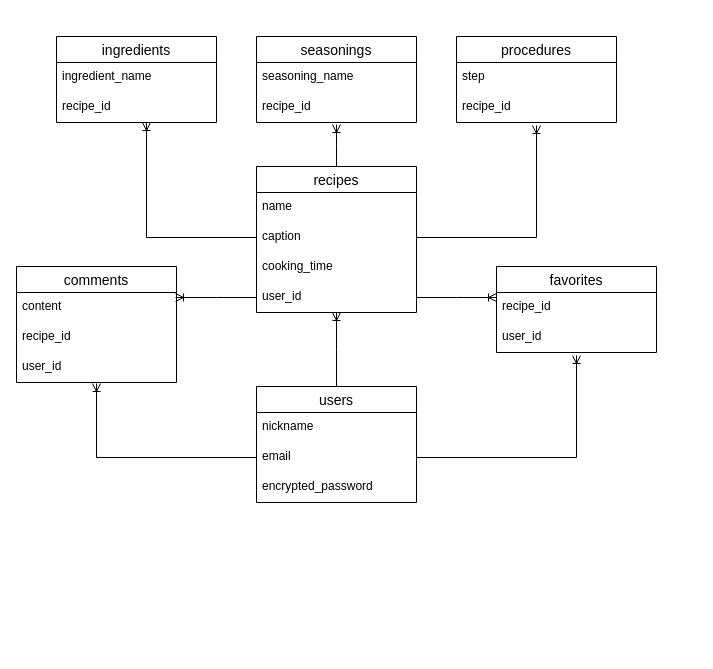
Above: rakumeshi_db.dio in onitsuyo/rakumeshi (draw.io), before the change. Source tidied: cells renumbered, new cells numbered last; positions are measured from the earlier drawing's top-left corner, leaving out a move shared by most shapes. Both pictures are drawn from the tidied source at 100%, with x=0, y=0 at pixel (16, 36).
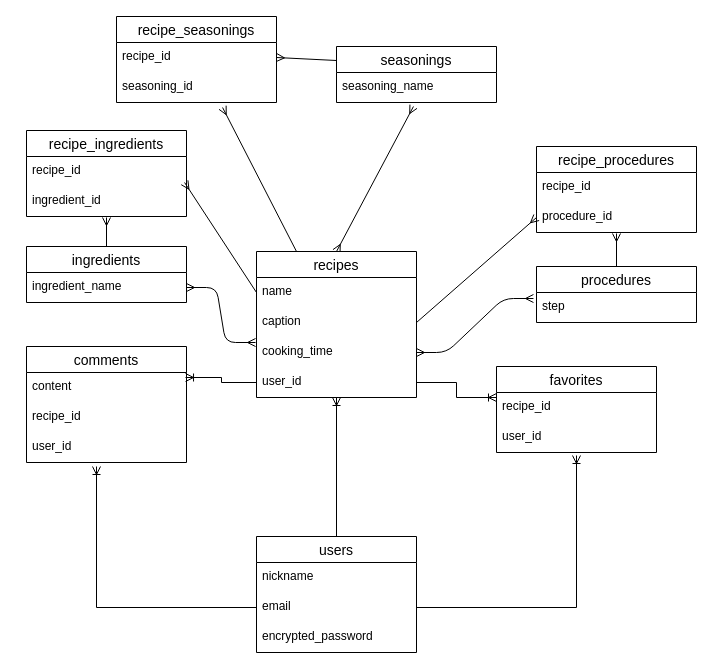
Above is the later version.

The change refers to these unchanged cells:
```xml
<mxCell id="5" value="email" style="text;strokeColor=none;fillColor=none;spacingLeft=4;spacingRight=4;overflow=hidden;points=[[0,0.5],[1,0.5]];portConstraint=eastwest;fontSize=12;" parent="3" vertex="1">
  <mxGeometry y="56" width="160" height="30" as="geometry" />
</mxCell>
<mxCell id="9" value="name" style="text;strokeColor=none;fillColor=none;spacingLeft=4;spacingRight=4;overflow=hidden;points=[[0,0.5],[1,0.5]];portConstraint=eastwest;fontSize=12;" parent="8" vertex="1">
  <mxGeometry y="26" width="160" height="30" as="geometry" />
</mxCell>
<mxCell id="10" value="caption" style="text;strokeColor=none;fillColor=none;spacingLeft=4;spacingRight=4;overflow=hidden;points=[[0,0.5],[1,0.5]];portConstraint=eastwest;fontSize=12;" parent="8" vertex="1">
  <mxGeometry y="56" width="160" height="30" as="geometry" />
</mxCell>
<mxCell id="11" value="cooking_time" style="text;strokeColor=none;fillColor=none;spacingLeft=4;spacingRight=4;overflow=hidden;points=[[0,0.5],[1,0.5]];portConstraint=eastwest;fontSize=12;" parent="8" vertex="1">
  <mxGeometry y="86" width="160" height="30" as="geometry" />
</mxCell>
<mxCell id="14" value="ingredient_name" style="text;strokeColor=none;fillColor=none;spacingLeft=4;spacingRight=4;overflow=hidden;points=[[0,0.5],[1,0.5]];portConstraint=eastwest;fontSize=12;" parent="13" vertex="1">
  <mxGeometry y="26" width="160" height="30" as="geometry" />
</mxCell>
<mxCell id="17" value="seasoning_name" style="text;strokeColor=none;fillColor=none;spacingLeft=4;spacingRight=4;overflow=hidden;points=[[0,0.5],[1,0.5]];portConstraint=eastwest;fontSize=12;" parent="16" vertex="1">
  <mxGeometry y="26" width="160" height="30" as="geometry" />
</mxCell>
<mxCell id="20" value="step" style="text;strokeColor=none;fillColor=none;spacingLeft=4;spacingRight=4;overflow=hidden;points=[[0,0.5],[1,0.5]];portConstraint=eastwest;fontSize=12;" parent="19" vertex="1">
  <mxGeometry y="26" width="160" height="30" as="geometry" />
</mxCell>
<mxCell id="25" value="user_id" style="text;strokeColor=none;fillColor=none;spacingLeft=4;spacingRight=4;overflow=hidden;points=[[0,0.5],[1,0.5]];portConstraint=eastwest;fontSize=12;" parent="22" vertex="1">
  <mxGeometry y="86" width="160" height="30" as="geometry" />
</mxCell>
```

What changed in the source:
```diff
@@
     <mxCell id="3" value="users" style="swimlane;fontStyle=0;horizontal=1;startSize=26;align=center;fontSize=14;" parent="1" vertex="1">
-      <mxGeometry x="240" y="350" width="160" height="116" as="geometry" />
+      <mxGeometry x="240" y="500" width="160" height="116" as="geometry" />
     </mxCell>
@@
-    <mxCell id="7" style="edgeStyle=elbowEdgeStyle;rounded=0;html=1;exitX=0.5;exitY=0;exitDx=0;exitDy=0;entryX=0.5;entryY=1.067;entryDx=0;entryDy=0;entryPerimeter=0;startArrow=none;startFill=0;endArrow=ERoneToMany;endFill=0;" parent="1" edge="1" source="8" target="18">
-      <mxGeometry relative="1" as="geometry" />
-    </mxCell>
+    <mxCell id="35" style="edgeStyle=none;html=1;exitX=0.5;exitY=0;exitDx=0;exitDy=0;startArrow=ERmany;startFill=0;endArrow=ERmany;endFill=0;entryX=0.481;entryY=1.133;entryDx=0;entryDy=0;entryPerimeter=0;" parent="1" edge="1" source="8" target="17">
+      <mxGeometry relative="1" as="geometry" />
+    </mxCell>
+    <mxCell id="36" style="edgeStyle=none;html=1;exitX=0.25;exitY=0;exitDx=0;exitDy=0;entryX=0.663;entryY=1.167;entryDx=0;entryDy=0;entryPerimeter=0;startArrow=none;startFill=0;endArrow=ERmany;endFill=0;" parent="1" edge="1" source="8" target="48">
+      <mxGeometry relative="1" as="geometry" />
+    </mxCell>
     <mxCell id="8" value="recipes" style="swimlane;fontStyle=0;horizontal=1;startSize=26;align=center;fontSize=14;" parent="1" vertex="1">
-      <mxGeometry x="240" y="130" width="160" height="146" as="geometry" />
+      <mxGeometry x="240" y="215" width="160" height="146" as="geometry" />
     </mxCell>
@@
+    <mxCell id="37" style="edgeStyle=none;html=1;exitX=0.5;exitY=0;exitDx=0;exitDy=0;entryX=0.5;entryY=1.033;entryDx=0;entryDy=0;entryPerimeter=0;startArrow=none;startFill=0;endArrow=ERmany;endFill=0;" parent="1" edge="1" source="13" target="51">
+      <mxGeometry relative="1" as="geometry" />
+    </mxCell>
     <mxCell id="13" value="ingredients" style="swimlane;fontStyle=0;horizontal=1;startSize=26;align=center;fontSize=14;" parent="1" vertex="1">
-      <mxGeometry x="40" width="160" height="86" as="geometry" />
+      <mxGeometry x="10" y="210" width="160" height="56" as="geometry" />
     </mxCell>
@@
-    <mxCell id="15" value="recipe_id" style="text;strokeColor=none;fillColor=none;spacingLeft=4;spacingRight=4;overflow=hidden;points=[[0,0.5],[1,0.5]];portConstraint=eastwest;fontSize=12;" parent="13" vertex="1">
-      <mxGeometry y="56" width="160" height="30" as="geometry" />
-    </mxCell>
+    <mxCell id="38" style="edgeStyle=none;html=1;exitX=0;exitY=0.25;exitDx=0;exitDy=0;entryX=1;entryY=0.5;entryDx=0;entryDy=0;startArrow=none;startFill=0;endArrow=ERmany;endFill=0;" parent="1" edge="1" source="16" target="47">
+      <mxGeometry relative="1" as="geometry" />
+    </mxCell>
     <mxCell id="16" value="seasonings" style="swimlane;fontStyle=0;horizontal=1;startSize=26;align=center;fontSize=14;" parent="1" vertex="1">
-      <mxGeometry x="240" width="160" height="86" as="geometry" />
+      <mxGeometry x="320" y="10" width="160" height="56" as="geometry" />
     </mxCell>
@@
-    <mxCell id="18" value="recipe_id" style="text;strokeColor=none;fillColor=none;spacingLeft=4;spacingRight=4;overflow=hidden;points=[[0,0.5],[1,0.5]];portConstraint=eastwest;fontSize=12;" parent="16" vertex="1">
-      <mxGeometry y="56" width="160" height="30" as="geometry" />
-    </mxCell>
+    <mxCell id="39" style="edgeStyle=none;html=1;exitX=0.5;exitY=0;exitDx=0;exitDy=0;entryX=0.5;entryY=1.033;entryDx=0;entryDy=0;entryPerimeter=0;startArrow=none;startFill=0;endArrow=ERmany;endFill=0;" parent="1" edge="1" source="19" target="42">
+      <mxGeometry relative="1" as="geometry" />
+    </mxCell>
     <mxCell id="19" value="procedures" style="swimlane;fontStyle=0;horizontal=1;startSize=26;align=center;fontSize=14;" parent="1" vertex="1">
-      <mxGeometry x="440" width="160" height="86" as="geometry" />
+      <mxGeometry x="520" y="230" width="160" height="56" as="geometry" />
     </mxCell>
@@
-    <mxCell id="21" value="recipe_id" style="text;strokeColor=none;fillColor=none;spacingLeft=4;spacingRight=4;overflow=hidden;points=[[0,0.5],[1,0.5]];portConstraint=eastwest;fontSize=12;" parent="19" vertex="1">
-      <mxGeometry y="56" width="160" height="30" as="geometry" />
-    </mxCell>
     <mxCell id="22" value="comments" style="swimlane;fontStyle=0;horizontal=1;startSize=26;align=center;fontSize=14;" parent="1" vertex="1">
-      <mxGeometry y="230" width="160" height="116" as="geometry" />
+      <mxGeometry x="10" y="310" width="160" height="116" as="geometry" />
     </mxCell>
@@
     <mxCell id="26" value="favorites" style="swimlane;fontStyle=0;horizontal=1;startSize=26;align=center;fontSize=14;" parent="1" vertex="1">
-      <mxGeometry x="480" y="230" width="160" height="86" as="geometry" />
+      <mxGeometry x="480" y="330" width="160" height="86" as="geometry" />
     </mxCell>
@@
-    <mxCell id="29" style="edgeStyle=elbowEdgeStyle;html=1;exitX=0;exitY=0.5;exitDx=0;exitDy=0;rounded=0;startArrow=none;startFill=0;endArrow=ERoneToMany;endFill=0;" parent="1" edge="1" source="10" target="15">
-      <mxGeometry relative="1" as="geometry">
-        <Array as="points">
-          <mxPoint x="130" y="130" />
-        </Array>
-      </mxGeometry>
-    </mxCell>
-    <mxCell id="30" style="edgeStyle=elbowEdgeStyle;rounded=0;html=1;exitX=1;exitY=0.5;exitDx=0;exitDy=0;startArrow=none;startFill=0;endArrow=ERoneToMany;endFill=0;entryX=0.494;entryY=1.1;entryDx=0;entryDy=0;entryPerimeter=0;" parent="1" edge="1" source="10" target="21">
-      <mxGeometry relative="1" as="geometry">
-        <Array as="points">
-          <mxPoint x="520" y="140" />
-        </Array>
-      </mxGeometry>
-    </mxCell>
@@
-    <mxCell id="33" style="edgeStyle=elbowEdgeStyle;rounded=0;html=1;exitX=0;exitY=0.5;exitDx=0;exitDy=0;startArrow=none;startFill=0;endArrow=ERoneToMany;endFill=0;entryX=0.506;entryY=1.033;entryDx=0;entryDy=0;entryPerimeter=0;" parent="1" edge="1" source="5" target="25">
+    <mxCell id="33" style="edgeStyle=elbowEdgeStyle;rounded=0;html=1;exitX=0;exitY=0.5;exitDx=0;exitDy=0;startArrow=none;startFill=0;endArrow=ERoneToMany;endFill=0;" parent="1" edge="1" source="5">
       <mxGeometry relative="1" as="geometry">
+        <mxPoint x="80" y="430" as="targetPoint" />
         <Array as="points">
           <mxPoint x="80" y="400" />
         </Array>
       </mxGeometry>
     </mxCell>
@@
+    <mxCell id="40" value="recipe_procedures" style="swimlane;fontStyle=0;horizontal=1;startSize=26;align=center;fontSize=14;" parent="1" vertex="1">
+      <mxGeometry x="520" y="110" width="160" height="86" as="geometry" />
+    </mxCell>
+    <mxCell id="41" value="recipe_id" style="text;strokeColor=none;fillColor=none;spacingLeft=4;spacingRight=4;overflow=hidden;fontSize=12;" parent="40" vertex="1">
+      <mxGeometry y="26" width="160" height="30" as="geometry" />
+    </mxCell>
+    <mxCell id="42" value="procedure_id" style="text;strokeColor=none;fillColor=none;spacingLeft=4;spacingRight=4;overflow=hidden;points=[[0,0.5],[1,0.5]];portConstraint=eastwest;fontSize=12;" parent="40" vertex="1">
+      <mxGeometry y="56" width="160" height="30" as="geometry" />
+    </mxCell>
+    <mxCell id="43" style="edgeStyle=entityRelationEdgeStyle;fontSize=12;html=1;endArrow=ERmany;startArrow=ERmany;exitX=1;exitY=0.5;exitDx=0;exitDy=0;entryX=-0.019;entryY=0.2;entryDx=0;entryDy=0;entryPerimeter=0;" parent="1" edge="1" source="11" target="20">
+      <mxGeometry relative="1" as="geometry" />
+    </mxCell>
+    <mxCell id="44" style="edgeStyle=entityRelationEdgeStyle;fontSize=12;html=1;endArrow=ERmany;startArrow=ERmany;exitX=1;exitY=0.5;exitDx=0;exitDy=0;entryX=-0.006;entryY=0.167;entryDx=0;entryDy=0;entryPerimeter=0;" parent="1" edge="1" source="14" target="11">
+      <mxGeometry relative="1" as="geometry" />
+    </mxCell>
+    <mxCell id="45" style="edgeStyle=none;html=1;exitX=1;exitY=0.5;exitDx=0;exitDy=0;entryX=0;entryY=0.5;entryDx=0;entryDy=0;startArrow=none;startFill=0;endArrow=ERmany;endFill=0;" parent="1" edge="1" source="10" target="42">
+      <mxGeometry relative="1" as="geometry" />
+    </mxCell>
+    <mxCell id="46" value="recipe_seasonings" style="swimlane;fontStyle=0;horizontal=1;startSize=26;align=center;fontSize=14;" parent="1" vertex="1">
+      <mxGeometry x="100" y="-20" width="160" height="86" as="geometry" />
+    </mxCell>
+    <mxCell id="47" value="recipe_id" style="text;strokeColor=none;fillColor=none;spacingLeft=4;spacingRight=4;overflow=hidden;points=[[0,0.5],[1,0.5]];portConstraint=eastwest;fontSize=12;" parent="46" vertex="1">
+      <mxGeometry y="26" width="160" height="30" as="geometry" />
+    </mxCell>
+    <mxCell id="48" value="seasoning_id" style="text;strokeColor=none;fillColor=none;spacingLeft=4;spacingRight=4;overflow=hidden;points=[[0,0.5],[1,0.5]];portConstraint=eastwest;fontSize=12;" parent="46" vertex="1">
+      <mxGeometry y="56" width="160" height="30" as="geometry" />
+    </mxCell>
+    <mxCell id="49" value="recipe_ingredients" style="swimlane;fontStyle=0;horizontal=1;startSize=26;align=center;fontSize=14;" parent="1" vertex="1">
+      <mxGeometry x="10" y="94" width="160" height="86" as="geometry" />
+    </mxCell>
+    <mxCell id="50" value="recipe_id" style="text;strokeColor=none;fillColor=none;spacingLeft=4;spacingRight=4;overflow=hidden;fontSize=12;" parent="49" vertex="1">
+      <mxGeometry y="26" width="160" height="30" as="geometry" />
+    </mxCell>
+    <mxCell id="51" value="ingredient_id" style="text;strokeColor=none;fillColor=none;spacingLeft=4;spacingRight=4;overflow=hidden;points=[[0,0.5],[1,0.5]];portConstraint=eastwest;fontSize=12;" parent="49" vertex="1">
+      <mxGeometry y="56" width="160" height="30" as="geometry" />
+    </mxCell>
+    <mxCell id="52" style="edgeStyle=none;html=1;exitX=0;exitY=0.5;exitDx=0;exitDy=0;entryX=0.988;entryY=-0.133;entryDx=0;entryDy=0;entryPerimeter=0;startArrow=none;startFill=0;endArrow=ERmany;endFill=0;" parent="1" edge="1" source="9" target="51">
+      <mxGeometry relative="1" as="geometry" />
+    </mxCell>
```
